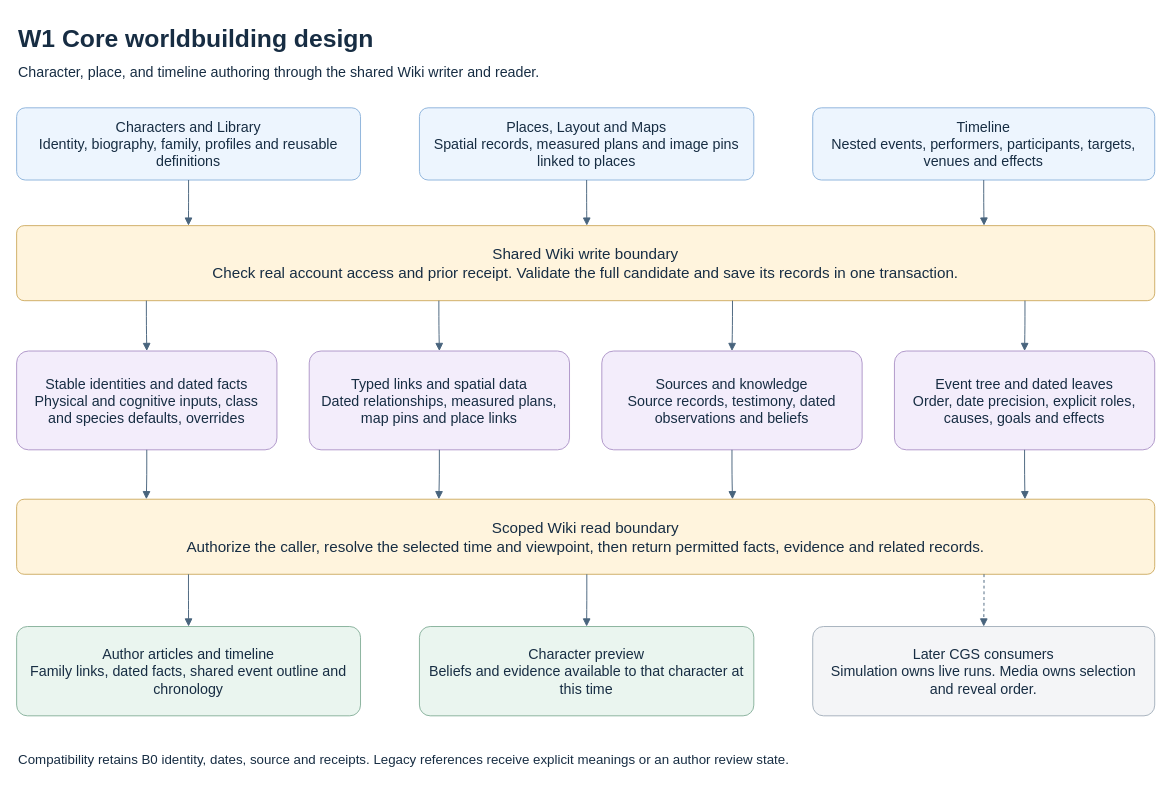
DEVdaVinci/CGS-v1 keeps this draw.io diagram as page "W1 Core worldbuilding design" (5 of 17) of docs/CGS_Codex_Local_Handoff/CGS_First_Playable_Architecture.drawio. Above is the earlier version. Source tidied: cells renumbered, new cells numbered last; positions are measured from the earlier drawing's top-left corner, leaving out a move shared by most shapes. Both pictures are drawn from the tidied source at 95%, with x=0, y=0 at pixel (16, 16).
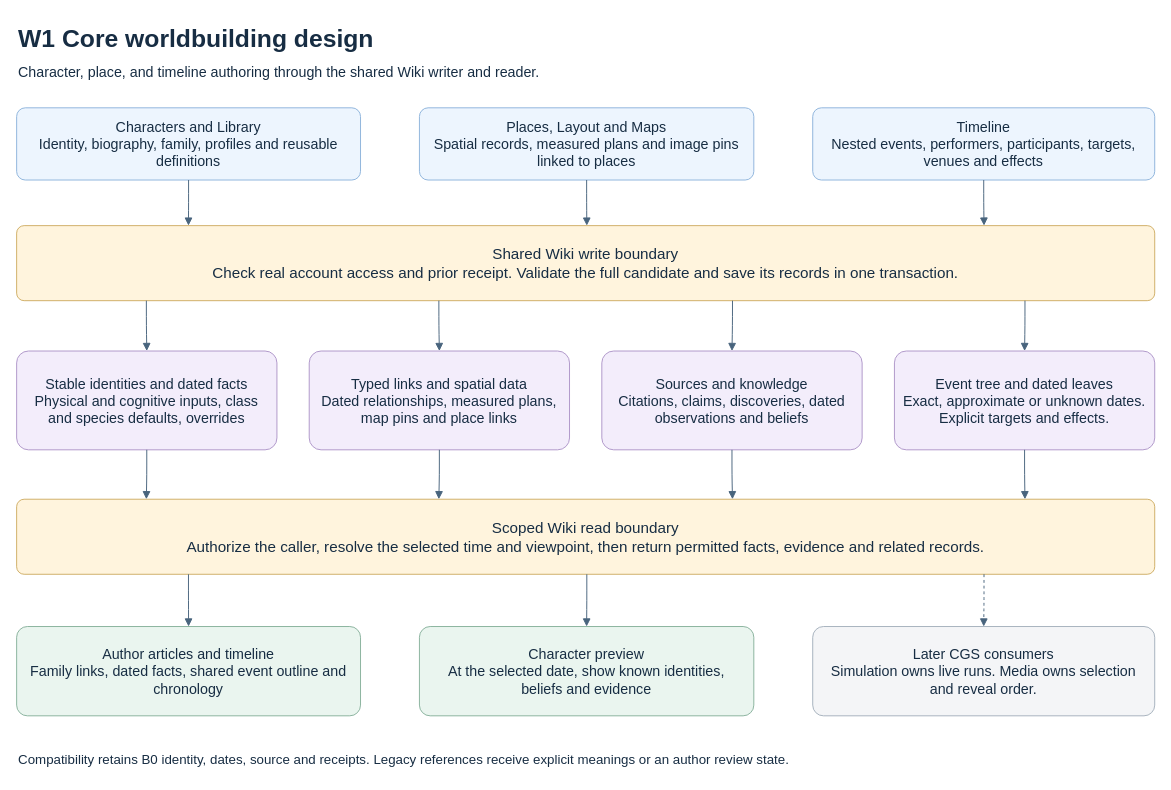
The same diagram, later.

Diff of the diagram source:
```diff
@@
-    <mxCell id="10" value="Sources and knowledge&#10;Source records, testimony, dated observations and beliefs" style="rounded=1;arcSize=12;whiteSpace=wrap;spacing=8;fontSize=15;fillColor=#F3EDFB;strokeColor=#AE96C9;fontColor=#172D43;" parent="1" vertex="1">
+    <mxCell id="10" value="Sources and knowledge&#10;Citations, claims, discoveries, dated observations and beliefs" style="rounded=1;arcSize=12;whiteSpace=wrap;spacing=8;fontSize=15;fillColor=#F3EDFB;strokeColor=#AE96C9;fontColor=#172D43;" parent="1" vertex="1">
       <mxGeometry x="616" y="352" width="274" height="104" as="geometry" />
     </mxCell>
-    <mxCell id="11" value="Event tree and dated leaves&#10;Order, date precision, explicit roles, causes, goals and effects" style="rounded=1;arcSize=12;whiteSpace=wrap;spacing=8;fontSize=15;fillColor=#F3EDFB;strokeColor=#AE96C9;fontColor=#172D43;" parent="1" vertex="1">
+    <mxCell id="11" value="Event tree and dated leaves&#10;Exact, approximate or unknown dates. Explicit targets and effects." style="rounded=1;arcSize=12;whiteSpace=wrap;spacing=8;fontSize=15;fillColor=#F3EDFB;strokeColor=#AE96C9;fontColor=#172D43;" parent="1" vertex="1">
       <mxGeometry x="924" y="352" width="274" height="104" as="geometry" />
     </mxCell>
@@
-    <mxCell id="14" value="Character preview&#10;Beliefs and evidence available to that character at this time" style="rounded=1;arcSize=12;whiteSpace=wrap;spacing=8;fontSize=15;fillColor=#EAF5EF;strokeColor=#88B19C;fontColor=#172D43;" parent="1" vertex="1">
+    <mxCell id="14" value="Character preview&#10;At the selected date, show known identities, beliefs and evidence" style="rounded=1;arcSize=12;whiteSpace=wrap;spacing=8;fontSize=15;fillColor=#EAF5EF;strokeColor=#88B19C;fontColor=#172D43;" parent="1" vertex="1">
       <mxGeometry x="424" y="642" width="352" height="94" as="geometry" />
     </mxCell>
```
